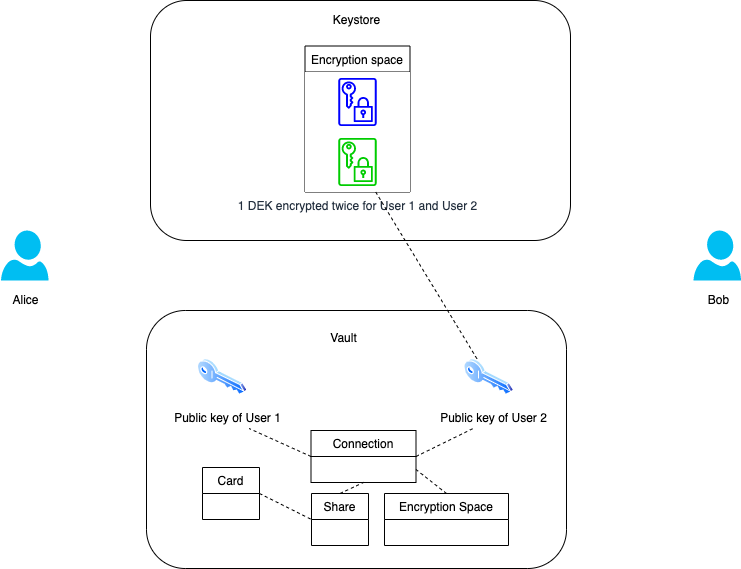
Earlier version of the draw.io export .gitbook/assets/section3.png (OlliMeeco/meecodocs). Source tidied: cells renumbered, new cells last; positions are measured from the earlier drawing's top-left corner, leaving out a move shared by most shapes. Source of this version:
```xml
<mxGraphModel>
  <root>
    <mxCell id="0" />
    <mxCell id="1" parent="0" />
    <mxCell id="2" style="rounded=1;whiteSpace=wrap;html=1;" parent="1" vertex="1">
      <mxGeometry x="150" width="420" height="240" as="geometry" />
    </mxCell>
    <mxCell id="3" style="verticalLabelPosition=bottom;html=1;verticalAlign=top;align=center;strokeColor=none;fillColor=#00BEF2;shape=mxgraph.azure.user;" parent="1" vertex="1">
      <mxGeometry x="0.5" y="230" width="47.5" height="50" as="geometry" />
    </mxCell>
    <mxCell id="4" style="verticalLabelPosition=bottom;html=1;verticalAlign=top;align=center;strokeColor=none;fillColor=#00BEF2;shape=mxgraph.azure.user;" parent="1" vertex="1">
      <mxGeometry x="693" y="230" width="47.5" height="50" as="geometry" />
    </mxCell>
    <mxCell id="5" style="rounded=1;whiteSpace=wrap;html=1;" parent="1" vertex="1">
      <mxGeometry x="146" y="310" width="420" height="258" as="geometry" />
    </mxCell>
    <mxCell id="6" value="Keystore" style="text;html=1;align=center;verticalAlign=top;spacingTop=-4;" parent="1" vertex="1">
      <mxGeometry x="326" y="10" width="60" height="20" as="geometry" />
    </mxCell>
    <mxCell id="7" value="Vault" style="text;html=1;align=center;verticalAlign=top;spacingTop=-4;" parent="1" vertex="1">
      <mxGeometry x="323" y="328" width="40" height="20" as="geometry" />
    </mxCell>
    <mxCell id="8" value="Alice" style="text;html=1;align=center;verticalAlign=top;spacingTop=-4;" parent="1" vertex="1">
      <mxGeometry x="4.5" y="290" width="40" height="20" as="geometry" />
    </mxCell>
    <mxCell id="9" value="Bob" style="text;html=1;align=center;verticalAlign=top;spacingTop=-4;" parent="1" vertex="1">
      <mxGeometry x="698" y="290" width="40" height="20" as="geometry" />
    </mxCell>
    <mxCell id="10" style="perimeter=ellipsePerimeter;html=1;align=center;shadow=0;dashed=0;spacingTop=3;image;image=img/lib/active_directory/key.svg;" parent="1" vertex="1">
      <mxGeometry x="197" y="358" width="50" height="37" as="geometry" />
    </mxCell>
    <mxCell id="11" value="Public key of User 1" style="text;html=1;points=[];align=center;verticalAlign=top;spacingTop=-4;" parent="1" vertex="1">
      <mxGeometry x="166.5" y="408" width="120" height="20" as="geometry" />
    </mxCell>
    <mxCell id="12" value="Connection" style="swimlane;fontStyle=0;horizontal=1;startSize=26;fillColor=none;" parent="1" vertex="1">
      <mxGeometry x="310.5" y="430" width="105" height="52" as="geometry" />
    </mxCell>
    <mxCell id="13" style="endArrow=none;dashed=1;html=1;exitX=0;exitY=0.5;exitDx=0;exitDy=0;" parent="1" edge="1" source="12" target="11">
      <mxGeometry relative="1" as="geometry" />
    </mxCell>
    <mxCell id="14" style="perimeter=ellipsePerimeter;html=1;align=center;shadow=0;dashed=0;spacingTop=3;image;image=img/lib/active_directory/key.svg;" parent="1" vertex="1">
      <mxGeometry x="463.5" y="358" width="50" height="37" as="geometry" />
    </mxCell>
    <mxCell id="15" value="Public key of User 2" style="text;html=1;points=[];align=center;verticalAlign=top;spacingTop=-4;" parent="1" vertex="1">
      <mxGeometry x="433" y="408" width="120" height="20" as="geometry" />
    </mxCell>
    <mxCell id="16" style="endArrow=none;dashed=1;html=1;exitX=1;exitY=0.5;exitDx=0;exitDy=0;" parent="1" edge="1" source="12" target="15">
      <mxGeometry relative="1" as="geometry" />
    </mxCell>
    <mxCell id="17" value="Encryption space" style="swimlane;fontStyle=0;horizontal=1;startSize=26;fillColor=none;" parent="1" vertex="1">
      <mxGeometry x="304.5" y="45.5" width="105" height="146" as="geometry" />
    </mxCell>
    <mxCell id="18" value="Data&#10;encryption&#10;key" style="fontColor=#232F3E;gradientColor=none;strokeColor=#0000FF;fillColor=#ffffff;dashed=0;verticalLabelPosition=bottom;verticalAlign=top;align=center;html=1;fontSize=12;fontStyle=0;shape=mxgraph.aws4.resourceIcon;resIcon=mxgraph.aws4.data_encryption_key;" parent="17" vertex="1">
      <mxGeometry y="26" width="105" height="60" as="geometry" />
    </mxCell>
    <mxCell id="19" value="1 DEK encrypted twice for User 1 and User 2" style="outlineConnect=0;fontColor=#232F3E;gradientColor=none;strokeColor=#00CC00;fillColor=#ffffff;dashed=0;verticalLabelPosition=bottom;verticalAlign=top;align=center;html=1;fontSize=12;fontStyle=0;shape=mxgraph.aws4.resourceIcon;resIcon=mxgraph.aws4.data_encryption_key;" parent="17" vertex="1">
      <mxGeometry y="86" width="105" height="60" as="geometry" />
    </mxCell>
    <mxCell id="20" style="endArrow=none;dashed=1;html=1;entryX=0.25;entryY=0;entryDx=0;entryDy=0;" parent="1" edge="1" source="19" target="14">
      <mxGeometry relative="1" as="geometry" />
    </mxCell>
    <mxCell id="21" value="Share" style="swimlane;fontStyle=0;horizontal=1;startSize=26;fillColor=none;" parent="1" vertex="1">
      <mxGeometry x="311" y="493" width="57" height="52" as="geometry" />
    </mxCell>
    <mxCell id="22" value="Card" style="swimlane;fontStyle=0;horizontal=1;startSize=26;fillColor=none;" parent="1" vertex="1">
      <mxGeometry x="202" y="467" width="57" height="52" as="geometry" />
    </mxCell>
    <mxCell id="23" value="Encryption Space" style="swimlane;fontStyle=0;horizontal=1;startSize=26;fillColor=none;" parent="1" vertex="1">
      <mxGeometry x="384" y="493" width="124" height="52" as="geometry" />
    </mxCell>
    <mxCell id="24" style="endArrow=none;dashed=1;html=1;entryX=1;entryY=0.75;entryDx=0;entryDy=0;exitX=0.5;exitY=0;exitDx=0;exitDy=0;" parent="1" edge="1" source="23" target="12">
      <mxGeometry relative="1" as="geometry" />
    </mxCell>
    <mxCell id="25" style="endArrow=none;dashed=1;html=1;exitX=0.5;exitY=0;exitDx=0;exitDy=0;entryX=0.5;entryY=1;entryDx=0;entryDy=0;" parent="1" edge="1" source="21" target="12">
      <mxGeometry relative="1" as="geometry" />
    </mxCell>
    <mxCell id="26" style="endArrow=none;dashed=1;html=1;exitX=1;exitY=0.5;exitDx=0;exitDy=0;entryX=0;entryY=0.5;entryDx=0;entryDy=0;" parent="1" edge="1" source="22" target="21">
      <mxGeometry relative="1" as="geometry" />
    </mxCell>
  </root>
</mxGraphModel>
```
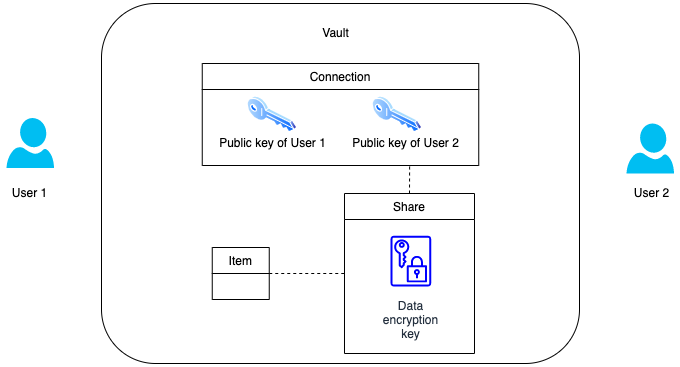
Above is the later version.

Diff of the diagram source:
```diff
@@ -2,80 +2,53 @@
   <root>
     <mxCell id="0" />
     <mxCell id="1" parent="0" />
-    <mxCell id="2" style="rounded=1;whiteSpace=wrap;html=1;" parent="1" vertex="1">
-      <mxGeometry x="150" width="420" height="240" as="geometry" />
-    </mxCell>
     <mxCell id="3" style="verticalLabelPosition=bottom;html=1;verticalAlign=top;align=center;strokeColor=none;fillColor=#00BEF2;shape=mxgraph.azure.user;" parent="1" vertex="1">
-      <mxGeometry x="0.5" y="230" width="47.5" height="50" as="geometry" />
+      <mxGeometry x="18" y="234.5" width="47.5" height="50" as="geometry" />
     </mxCell>
     <mxCell id="4" style="verticalLabelPosition=bottom;html=1;verticalAlign=top;align=center;strokeColor=none;fillColor=#00BEF2;shape=mxgraph.azure.user;" parent="1" vertex="1">
-      <mxGeometry x="693" y="230" width="47.5" height="50" as="geometry" />
+      <mxGeometry x="638" y="240" width="47.5" height="50" as="geometry" />
     </mxCell>
     <mxCell id="5" style="rounded=1;whiteSpace=wrap;html=1;" parent="1" vertex="1">
-      <mxGeometry x="146" y="310" width="420" height="258" as="geometry" />
+      <mxGeometry x="113" y="120" width="478" height="360" as="geometry" />
     </mxCell>
-    <mxCell id="6" value="Keystore" style="text;html=1;align=center;verticalAlign=top;spacingTop=-4;" parent="1" vertex="1">
-      <mxGeometry x="326" y="10" width="60" height="20" as="geometry" />
-    </mxCell>
     <mxCell id="7" value="Vault" style="text;html=1;align=center;verticalAlign=top;spacingTop=-4;" parent="1" vertex="1">
-      <mxGeometry x="323" y="328" width="40" height="20" as="geometry" />
+      <mxGeometry x="327" y="140" width="40" height="20" as="geometry" />
     </mxCell>
-    <mxCell id="8" value="Alice" style="text;html=1;align=center;verticalAlign=top;spacingTop=-4;" parent="1" vertex="1">
-      <mxGeometry x="4.5" y="290" width="40" height="20" as="geometry" />
+    <mxCell id="8" value="User 1" style="text;html=1;align=center;verticalAlign=top;spacingTop=-4;" parent="1" vertex="1">
+      <mxGeometry x="15.5" y="300" width="50" height="20" as="geometry" />
     </mxCell>
-    <mxCell id="9" value="Bob" style="text;html=1;align=center;verticalAlign=top;spacingTop=-4;" parent="1" vertex="1">
-      <mxGeometry x="698" y="290" width="40" height="20" as="geometry" />
+    <mxCell id="9" value="User 2" style="text;html=1;align=center;verticalAlign=top;spacingTop=-4;" parent="1" vertex="1">
+      <mxGeometry x="638" y="300" width="50" height="20" as="geometry" />
     </mxCell>
     <mxCell id="10" style="perimeter=ellipsePerimeter;html=1;align=center;shadow=0;dashed=0;spacingTop=3;image;image=img/lib/active_directory/key.svg;" parent="1" vertex="1">
-      <mxGeometry x="197" y="358" width="50" height="37" as="geometry" />
+      <mxGeometry x="258.8" y="212.5" width="50" height="37" as="geometry" />
     </mxCell>
     <mxCell id="11" value="Public key of User 1" style="text;html=1;points=[];align=center;verticalAlign=top;spacingTop=-4;" parent="1" vertex="1">
-      <mxGeometry x="166.5" y="408" width="120" height="20" as="geometry" />
+      <mxGeometry x="223.8" y="249.5" width="120" height="20" as="geometry" />
     </mxCell>
-    <mxCell id="12" value="Connection" style="swimlane;fontStyle=0;horizontal=1;startSize=26;fillColor=none;" parent="1" vertex="1">
-      <mxGeometry x="310.5" y="430" width="105" height="52" as="geometry" />
-    </mxCell>
-    <mxCell id="13" style="endArrow=none;dashed=1;html=1;exitX=0;exitY=0.5;exitDx=0;exitDy=0;" parent="1" edge="1" source="12" target="11">
-      <mxGeometry relative="1" as="geometry" />
-    </mxCell>
     <mxCell id="14" style="perimeter=ellipsePerimeter;html=1;align=center;shadow=0;dashed=0;spacingTop=3;image;image=img/lib/active_directory/key.svg;" parent="1" vertex="1">
-      <mxGeometry x="463.5" y="358" width="50" height="37" as="geometry" />
+      <mxGeometry x="383.8" y="212.5" width="50" height="37" as="geometry" />
     </mxCell>
     <mxCell id="15" value="Public key of User 2" style="text;html=1;points=[];align=center;verticalAlign=top;spacingTop=-4;" parent="1" vertex="1">
-      <mxGeometry x="433" y="408" width="120" height="20" as="geometry" />
+      <mxGeometry x="356.8" y="249.5" width="120" height="20" as="geometry" />
     </mxCell>
-    <mxCell id="16" style="endArrow=none;dashed=1;html=1;exitX=1;exitY=0.5;exitDx=0;exitDy=0;" parent="1" edge="1" source="12" target="15">
-      <mxGeometry relative="1" as="geometry" />
-    </mxCell>
-    <mxCell id="17" value="Encryption space" style="swimlane;fontStyle=0;horizontal=1;startSize=26;fillColor=none;" parent="1" vertex="1">
-      <mxGeometry x="304.5" y="45.5" width="105" height="146" as="geometry" />
-    </mxCell>
-    <mxCell id="18" value="Data&#10;encryption&#10;key" style="fontColor=#232F3E;gradientColor=none;strokeColor=#0000FF;fillColor=#ffffff;dashed=0;verticalLabelPosition=bottom;verticalAlign=top;align=center;html=1;fontSize=12;fontStyle=0;shape=mxgraph.aws4.resourceIcon;resIcon=mxgraph.aws4.data_encryption_key;" parent="17" vertex="1">
-      <mxGeometry y="26" width="105" height="60" as="geometry" />
-    </mxCell>
-    <mxCell id="19" value="1 DEK encrypted twice for User 1 and User 2" style="outlineConnect=0;fontColor=#232F3E;gradientColor=none;strokeColor=#00CC00;fillColor=#ffffff;dashed=0;verticalLabelPosition=bottom;verticalAlign=top;align=center;html=1;fontSize=12;fontStyle=0;shape=mxgraph.aws4.resourceIcon;resIcon=mxgraph.aws4.data_encryption_key;" parent="17" vertex="1">
-      <mxGeometry y="86" width="105" height="60" as="geometry" />
-    </mxCell>
-    <mxCell id="20" style="endArrow=none;dashed=1;html=1;entryX=0.25;entryY=0;entryDx=0;entryDy=0;" parent="1" edge="1" source="19" target="14">
-      <mxGeometry relative="1" as="geometry" />
-    </mxCell>
-    <mxCell id="21" value="Share" style="swimlane;fontStyle=0;horizontal=1;startSize=26;fillColor=none;" parent="1" vertex="1">
-      <mxGeometry x="311" y="493" width="57" height="52" as="geometry" />
-    </mxCell>
-    <mxCell id="22" value="Card" style="swimlane;fontStyle=0;horizontal=1;startSize=26;fillColor=none;" parent="1" vertex="1">
-      <mxGeometry x="202" y="467" width="57" height="52" as="geometry" />
-    </mxCell>
-    <mxCell id="23" value="Encryption Space" style="swimlane;fontStyle=0;horizontal=1;startSize=26;fillColor=none;" parent="1" vertex="1">
-      <mxGeometry x="384" y="493" width="124" height="52" as="geometry" />
-    </mxCell>
-    <mxCell id="24" style="endArrow=none;dashed=1;html=1;entryX=1;entryY=0.75;entryDx=0;entryDy=0;exitX=0.5;exitY=0;exitDx=0;exitDy=0;" parent="1" edge="1" source="23" target="12">
-      <mxGeometry relative="1" as="geometry" />
-    </mxCell>
-    <mxCell id="25" style="endArrow=none;dashed=1;html=1;exitX=0.5;exitY=0;exitDx=0;exitDy=0;entryX=0.5;entryY=1;entryDx=0;entryDy=0;" parent="1" edge="1" source="21" target="12">
+    <mxCell id="25" style="endArrow=none;dashed=1;html=1;exitX=0.5;exitY=0;exitDx=0;exitDy=0;entryX=0.75;entryY=1;entryDx=0;entryDy=0;" parent="1" edge="1" source="21" target="12">
       <mxGeometry relative="1" as="geometry" />
     </mxCell>
     <mxCell id="26" style="endArrow=none;dashed=1;html=1;exitX=1;exitY=0.5;exitDx=0;exitDy=0;entryX=0;entryY=0.5;entryDx=0;entryDy=0;" parent="1" edge="1" source="22" target="21">
       <mxGeometry relative="1" as="geometry" />
     </mxCell>
+    <mxCell id="18" value="Data&#10;encryption&#10;key" style="fontColor=#232F3E;gradientColor=none;strokeColor=#0000FF;fillColor=#ffffff;dashed=0;verticalLabelPosition=bottom;verticalAlign=top;align=center;html=1;fontSize=12;fontStyle=0;shape=mxgraph.aws4.resourceIcon;resIcon=mxgraph.aws4.data_encryption_key;" parent="1" vertex="1">
+      <mxGeometry x="367" y="346" width="110.8" height="63.3" as="geometry" />
+    </mxCell>
+    <mxCell id="12" value="Connection" style="swimlane;fontStyle=0;horizontal=1;startSize=26;fillColor=none;" parent="1" vertex="1">
+      <mxGeometry x="213.8" y="180" width="276.5" height="102" as="geometry" />
+    </mxCell>
+    <mxCell id="22" value="Item" style="swimlane;fontStyle=0;horizontal=1;startSize=26;fillColor=none;" parent="1" vertex="1">
+      <mxGeometry x="223.8" y="364" width="57" height="52" as="geometry" />
+    </mxCell>
+    <mxCell id="21" value="Share" style="swimlane;fontStyle=0;horizontal=1;startSize=26;fillColor=none;" parent="1" vertex="1">
+      <mxGeometry x="356" y="310" width="130" height="160" as="geometry" />
+    </mxCell>
   </root>
 </mxGraphModel>
```
